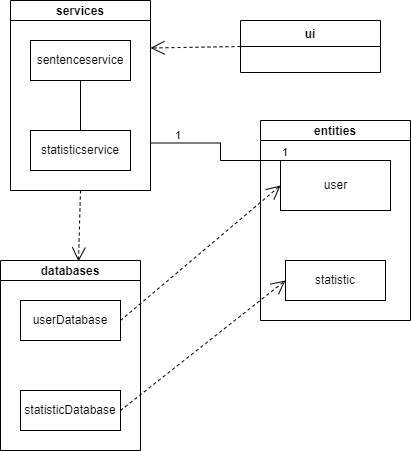
This is dokumentaatio/kuvat/pakkauskaavio.png from schmaigul/ot-harjoitusty-, a draw.io export, as it was before one commit. Source tidied: cells renumbered, new cells last; positions are measured from the earlier drawing's top-left corner, leaving out a move shared by most shapes. The source it was exported from:
```xml
<mxGraphModel>
  <root>
    <mxCell id="0" />
    <mxCell id="1" parent="0" />
    <mxCell id="2" value="entities" style="swimlane;startSize=20;horizontal=1;horizontalTree=0;containerType=tree;" parent="1" vertex="1">
      <mxGeometry x="260" y="120" width="150" height="200" as="geometry" />
    </mxCell>
    <mxCell id="3" value="statistic" style="whiteSpace=wrap;html=1;" parent="2" vertex="1">
      <mxGeometry x="25" y="140" width="100" height="40" as="geometry" />
    </mxCell>
    <mxCell id="4" value="user" style="html=1;" parent="2" vertex="1">
      <mxGeometry x="20" y="40" width="110" height="50" as="geometry" />
    </mxCell>
    <mxCell id="5" value="services" style="swimlane;startSize=20;horizontal=1;horizontalTree=0;containerType=tree;" parent="1" vertex="1">
      <mxGeometry x="10" width="140" height="190" as="geometry" />
    </mxCell>
    <mxCell id="6" value="sentenceservice" style="whiteSpace=wrap;html=1;" parent="5" vertex="1">
      <mxGeometry x="20" y="40" width="100" height="40" as="geometry" />
    </mxCell>
    <mxCell id="7" value="statisticservice" style="whiteSpace=wrap;html=1;" parent="5" vertex="1">
      <mxGeometry x="20" y="130" width="100" height="40" as="geometry" />
    </mxCell>
    <mxCell id="8" style="endArrow=none;html=1;edgeStyle=orthogonalEdgeStyle;rounded=0;exitX=0.5;exitY=1;exitDx=0;exitDy=0;entryX=0.5;entryY=0;entryDx=0;entryDy=0;" parent="5" edge="1" source="6" target="7">
      <mxGeometry relative="1" as="geometry" />
    </mxCell>
    <mxCell id="9" value="ui" style="swimlane;fontStyle=1;horizontal=1;startSize=26;fillColor=none;" parent="1" vertex="1">
      <mxGeometry x="240" y="20" width="140" height="52" as="geometry" />
    </mxCell>
    <mxCell id="10" style="endArrow=open;endSize=12;dashed=1;html=1;rounded=0;entryX=1;entryY=0.25;entryDx=0;entryDy=0;exitX=0;exitY=0.5;exitDx=0;exitDy=0;" parent="1" edge="1" source="9" target="5">
      <mxGeometry relative="1" as="geometry" />
    </mxCell>
    <mxCell id="11" value="databases" style="swimlane;startSize=20;horizontal=1;horizontalTree=0;containerType=tree;" parent="1" vertex="1">
      <mxGeometry y="260" width="140" height="190" as="geometry" />
    </mxCell>
    <mxCell id="12" value="userDatabase" style="whiteSpace=wrap;html=1;" parent="11" vertex="1">
      <mxGeometry x="20" y="40" width="100" height="40" as="geometry" />
    </mxCell>
    <mxCell id="13" value="statisticDatabase" style="whiteSpace=wrap;html=1;" parent="11" vertex="1">
      <mxGeometry x="20" y="130" width="100" height="40" as="geometry" />
    </mxCell>
    <mxCell id="14" style="endArrow=open;endSize=12;dashed=1;html=1;rounded=0;exitX=1;exitY=0.5;exitDx=0;exitDy=0;entryX=0;entryY=0.5;entryDx=0;entryDy=0;" parent="1" edge="1" source="13" target="3">
      <mxGeometry x="0.02" y="10" relative="1" as="geometry">
        <mxPoint x="1" y="-3" as="offset" />
      </mxGeometry>
    </mxCell>
    <mxCell id="15" style="endArrow=open;endSize=12;dashed=1;html=1;rounded=0;exitX=0.5;exitY=1;exitDx=0;exitDy=0;entryX=0.557;entryY=0.005;entryDx=0;entryDy=0;entryPerimeter=0;" parent="1" edge="1" source="5" target="11">
      <mxGeometry x="0.02" y="10" relative="1" as="geometry">
        <mxPoint x="1" y="-3" as="offset" />
      </mxGeometry>
    </mxCell>
    <mxCell id="16" style="endArrow=open;endSize=12;dashed=1;html=1;rounded=0;exitX=1;exitY=0.5;exitDx=0;exitDy=0;entryX=0;entryY=0.5;entryDx=0;entryDy=0;" parent="1" edge="1" source="12" target="4">
      <mxGeometry x="0.02" y="10" relative="1" as="geometry">
        <mxPoint x="1" y="-3" as="offset" />
      </mxGeometry>
    </mxCell>
    <mxCell id="17" style="endArrow=none;html=1;edgeStyle=orthogonalEdgeStyle;rounded=0;entryX=1;entryY=0.75;entryDx=0;entryDy=0;exitX=0;exitY=0;exitDx=0;exitDy=0;" parent="1" edge="1" source="4" target="5">
      <mxGeometry relative="1" as="geometry">
        <Array as="points">
          <mxPoint x="220" y="160" />
          <mxPoint x="220" y="143" />
        </Array>
      </mxGeometry>
    </mxCell>
    <mxCell id="18" value="1" style="edgeLabel;html=1;align=left;verticalAlign=bottom;" parent="17" vertex="1">
      <mxGeometry x="-1" relative="1" as="geometry" />
    </mxCell>
    <mxCell id="19" value="1" style="edgeLabel;html=1;align=right;verticalAlign=bottom;" parent="17" vertex="1">
      <mxGeometry x="1" relative="1" as="geometry">
        <mxPoint x="31" as="offset" />
      </mxGeometry>
    </mxCell>
  </root>
</mxGraphModel>
```
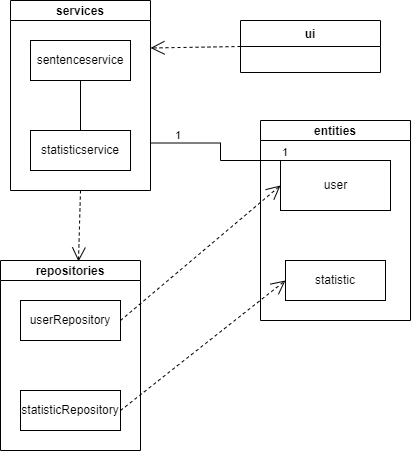
Above is the later version.

What changed in the source:
```diff
@@ -29,13 +29,13 @@
     <mxCell id="10" style="endArrow=open;endSize=12;dashed=1;html=1;rounded=0;entryX=1;entryY=0.25;entryDx=0;entryDy=0;exitX=0;exitY=0.5;exitDx=0;exitDy=0;" parent="1" edge="1" source="9" target="5">
       <mxGeometry relative="1" as="geometry" />
     </mxCell>
-    <mxCell id="11" value="databases" style="swimlane;startSize=20;horizontal=1;horizontalTree=0;containerType=tree;" parent="1" vertex="1">
+    <mxCell id="11" value="repositories" style="swimlane;startSize=20;horizontal=1;horizontalTree=0;containerType=tree;" parent="1" vertex="1">
       <mxGeometry y="260" width="140" height="190" as="geometry" />
     </mxCell>
-    <mxCell id="12" value="userDatabase" style="whiteSpace=wrap;html=1;" parent="11" vertex="1">
+    <mxCell id="12" value="userRepository" style="whiteSpace=wrap;html=1;" parent="11" vertex="1">
       <mxGeometry x="20" y="40" width="100" height="40" as="geometry" />
     </mxCell>
-    <mxCell id="13" value="statisticDatabase" style="whiteSpace=wrap;html=1;" parent="11" vertex="1">
+    <mxCell id="13" value="statisticRepository" style="whiteSpace=wrap;html=1;" parent="11" vertex="1">
       <mxGeometry x="20" y="130" width="100" height="40" as="geometry" />
     </mxCell>
     <mxCell id="14" style="endArrow=open;endSize=12;dashed=1;html=1;rounded=0;exitX=1;exitY=0.5;exitDx=0;exitDy=0;entryX=0;entryY=0.5;entryDx=0;entryDy=0;" parent="1" edge="1" source="13" target="3">
```
